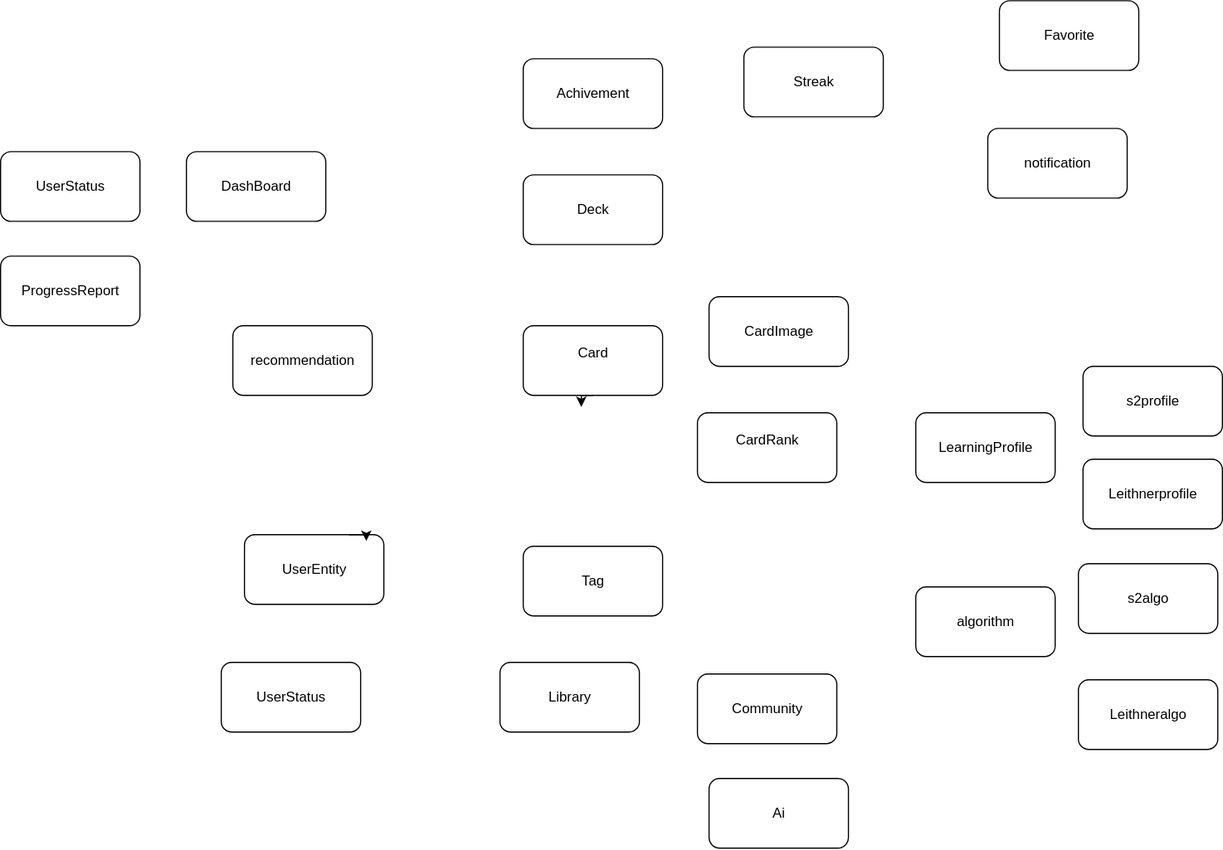
Before: thirdtool.drawio.svg, a diagram exported from draw.io (Third-tool/third-tool-backend). Source tidied: cells renumbered, new cells last; positions are measured from the earlier drawing's top-left corner, leaving out a move shared by most shapes.
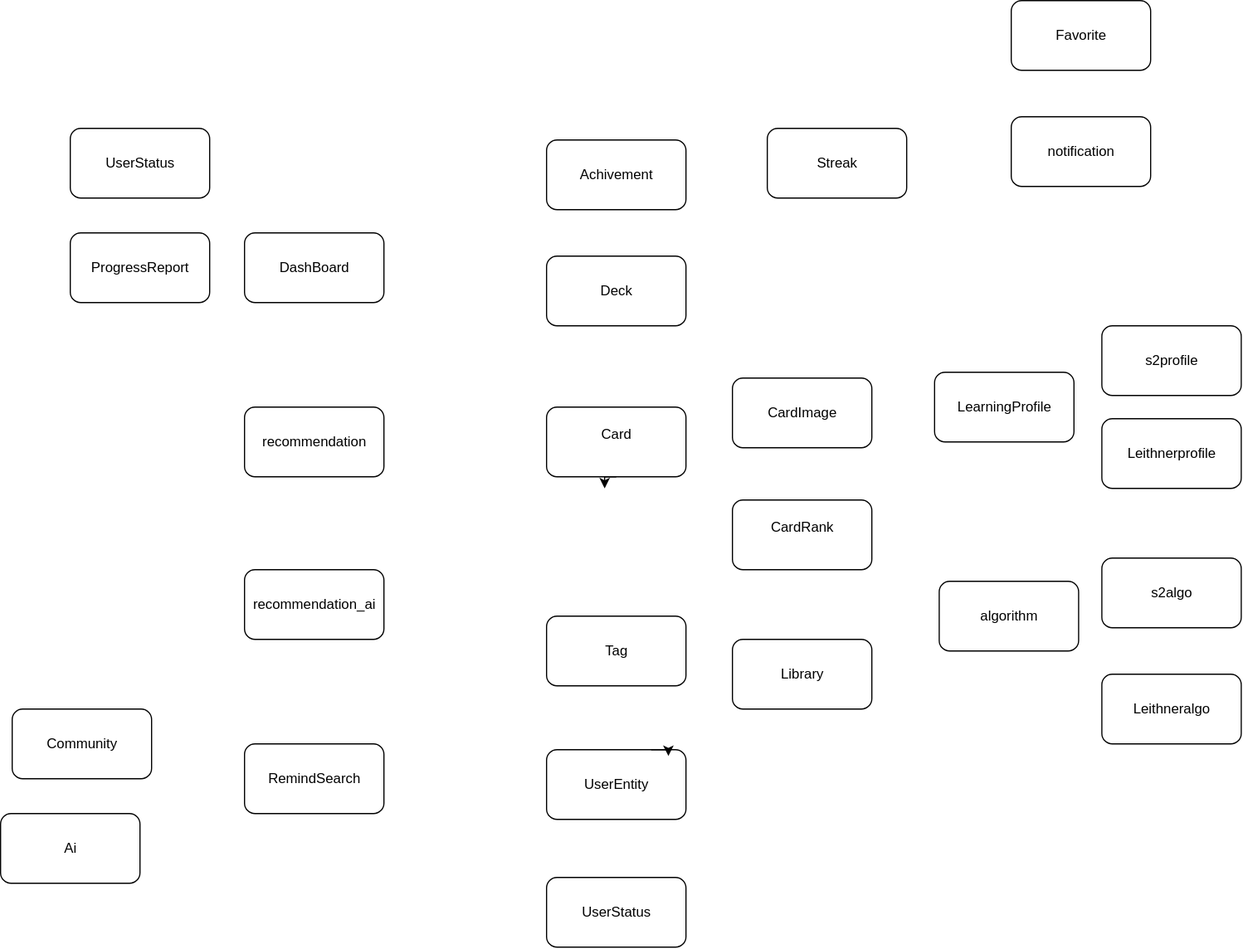
Above is the later version.

The edit, as a diff of the source:
```diff
@@ -14,55 +14,55 @@
       <mxGeometry x="450" y="150" width="120" height="60" as="geometry" />
     </mxCell>
     <mxCell id="5" value="UserEntity" style="rounded=1;whiteSpace=wrap;html=1;" parent="1" vertex="1">
-      <mxGeometry x="210" y="460" width="120" height="60" as="geometry" />
+      <mxGeometry x="450" y="575" width="120" height="60" as="geometry" />
     </mxCell>
     <mxCell id="6" value="LearningProfile" style="rounded=1;whiteSpace=wrap;html=1;" parent="1" vertex="1">
-      <mxGeometry x="788" y="355" width="120" height="60" as="geometry" />
+      <mxGeometry x="784" y="250" width="120" height="60" as="geometry" />
     </mxCell>
     <mxCell id="7" value="algorithm" style="rounded=1;whiteSpace=wrap;html=1;" parent="1" vertex="1">
-      <mxGeometry x="788" y="505" width="120" height="60" as="geometry" />
+      <mxGeometry x="788" y="430" width="120" height="60" as="geometry" />
     </mxCell>
     <mxCell id="8" value="recommendation" style="rounded=1;whiteSpace=wrap;html=1;" parent="1" vertex="1">
-      <mxGeometry x="200" y="280" width="120" height="60" as="geometry" />
+      <mxGeometry x="190" y="280" width="120" height="60" as="geometry" />
     </mxCell>
     <mxCell id="9" value="notification" style="rounded=1;whiteSpace=wrap;html=1;" parent="1" vertex="1">
-      <mxGeometry x="850" y="110" width="120" height="60" as="geometry" />
+      <mxGeometry x="850" y="30" width="120" height="60" as="geometry" />
     </mxCell>
     <mxCell id="10" value="Library" style="rounded=1;whiteSpace=wrap;html=1;" parent="1" vertex="1">
-      <mxGeometry x="430" y="570" width="120" height="60" as="geometry" />
+      <mxGeometry x="610" y="480" width="120" height="60" as="geometry" />
     </mxCell>
     <mxCell id="11" value="&lt;div&gt;Tag&lt;/div&gt;" style="rounded=1;whiteSpace=wrap;html=1;" parent="1" vertex="1">
-      <mxGeometry x="450" y="470" width="120" height="60" as="geometry" />
+      <mxGeometry x="450" y="460" width="120" height="60" as="geometry" />
     </mxCell>
     <mxCell id="12" value="s2algo" style="rounded=1;whiteSpace=wrap;html=1;" parent="1" vertex="1">
-      <mxGeometry x="928" y="485" width="120" height="60" as="geometry" />
+      <mxGeometry x="928" y="410" width="120" height="60" as="geometry" />
     </mxCell>
     <mxCell id="13" value="Leithneralgo" style="rounded=1;whiteSpace=wrap;html=1;" parent="1" vertex="1">
-      <mxGeometry x="928" y="585" width="120" height="60" as="geometry" />
+      <mxGeometry x="928" y="510" width="120" height="60" as="geometry" />
     </mxCell>
     <mxCell id="14" value="s2profile" style="rounded=1;whiteSpace=wrap;html=1;" parent="1" vertex="1">
-      <mxGeometry x="932" y="315" width="120" height="60" as="geometry" />
+      <mxGeometry x="928" y="210" width="120" height="60" as="geometry" />
     </mxCell>
     <mxCell id="15" value="Leithnerprofile" style="rounded=1;whiteSpace=wrap;html=1;" parent="1" vertex="1">
-      <mxGeometry x="932" y="395" width="120" height="60" as="geometry" />
+      <mxGeometry x="928" y="290" width="120" height="60" as="geometry" />
     </mxCell>
     <mxCell id="16" value="UserStatus" style="rounded=1;whiteSpace=wrap;html=1;" parent="1" vertex="1">
-      <mxGeometry x="190" y="570" width="120" height="60" as="geometry" />
+      <mxGeometry x="450" y="685" width="120" height="60" as="geometry" />
     </mxCell>
     <mxCell id="17" value="UserStatus" style="rounded=1;whiteSpace=wrap;html=1;" parent="1" vertex="1">
-      <mxGeometry y="130" width="120" height="60" as="geometry" />
+      <mxGeometry x="40" y="40" width="120" height="60" as="geometry" />
     </mxCell>
     <mxCell id="18" value="Favorite" style="rounded=1;whiteSpace=wrap;html=1;" parent="1" vertex="1">
-      <mxGeometry x="860" width="120" height="60" as="geometry" />
+      <mxGeometry x="850" y="-70" width="120" height="60" as="geometry" />
     </mxCell>
     <mxCell id="19" value="CardRank&lt;div&gt;&lt;br&gt;&lt;/div&gt;" style="rounded=1;whiteSpace=wrap;html=1;" parent="1" vertex="1">
-      <mxGeometry x="600" y="355" width="120" height="60" as="geometry" />
+      <mxGeometry x="610" y="360" width="120" height="60" as="geometry" />
     </mxCell>
     <mxCell id="20" value="&lt;div&gt;CardImage&lt;/div&gt;" style="rounded=1;whiteSpace=wrap;html=1;" parent="1" vertex="1">
       <mxGeometry x="610" y="255" width="120" height="60" as="geometry" />
     </mxCell>
     <mxCell id="21" value="DashBoard" style="rounded=1;whiteSpace=wrap;html=1;" parent="1" vertex="1">
-      <mxGeometry x="160" y="130" width="120" height="60" as="geometry" />
+      <mxGeometry x="190" y="130" width="120" height="60" as="geometry" />
     </mxCell>
     <mxCell id="22" value="Streak" style="rounded=1;whiteSpace=wrap;html=1;" parent="1" vertex="1">
       <mxGeometry x="640" y="40" width="120" height="60" as="geometry" />
@@ -71,16 +71,25 @@
       <mxGeometry x="450" y="50" width="120" height="60" as="geometry" />
     </mxCell>
     <mxCell id="24" value="ProgressReport" style="rounded=1;whiteSpace=wrap;html=1;" parent="1" vertex="1">
-      <mxGeometry y="220" width="120" height="60" as="geometry" />
+      <mxGeometry x="40" y="130" width="120" height="60" as="geometry" />
     </mxCell>
     <mxCell id="25" style="edgeStyle=orthogonalEdgeStyle;rounded=0;orthogonalLoop=1;jettySize=auto;html=1;exitX=0.75;exitY=0;exitDx=0;exitDy=0;entryX=0.874;entryY=0.09;entryDx=0;entryDy=0;entryPerimeter=0;" parent="1" edge="1" source="5" target="5">
       <mxGeometry relative="1" as="geometry" />
     </mxCell>
     <mxCell id="26" value="Community" style="rounded=1;whiteSpace=wrap;html=1;" parent="1" vertex="1">
-      <mxGeometry x="600" y="580" width="120" height="60" as="geometry" />
+      <mxGeometry x="-10" y="540" width="120" height="60" as="geometry" />
     </mxCell>
     <mxCell id="27" value="Ai" style="rounded=1;whiteSpace=wrap;html=1;" parent="1" vertex="1">
-      <mxGeometry x="610" y="670" width="120" height="60" as="geometry" />
+      <mxGeometry x="-20" y="630" width="120" height="60" as="geometry" />
     </mxCell>
+    <mxCell id="28" value="RemindSearch" style="rounded=1;whiteSpace=wrap;html=1;" parent="1" vertex="1">
+      <mxGeometry x="190" y="570" width="120" height="60" as="geometry" />
+    </mxCell>
+    <mxCell id="29" value="recommendation_ai" style="rounded=1;whiteSpace=wrap;html=1;" parent="1" vertex="1">
+      <mxGeometry x="190" y="420" width="120" height="60" as="geometry" />
+    </mxCell>
+    <mxCell id="30" style="edgeStyle=orthogonalEdgeStyle;rounded=0;orthogonalLoop=1;jettySize=auto;html=1;exitX=0.5;exitY=1;exitDx=0;exitDy=0;" parent="1" edge="1" source="29" target="29">
+      <mxGeometry relative="1" as="geometry" />
+    </mxCell>
   </root>
 </mxGraphModel>
```
